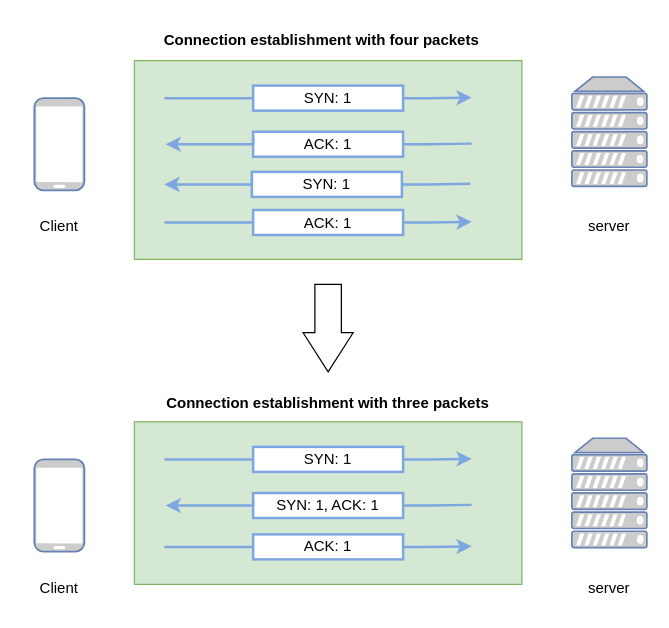
Earlier version of the draw.io diagram tcp-three-way-handshake.drawio (baoqger/drawing.io). Source tidied: cells renumbered, new cells numbered last; positions are measured from the earlier drawing's top-left corner, leaving out a move shared by most shapes. Both pictures are drawn from the tidied source at 125%, with x=0, y=0 at pixel (21, 21).
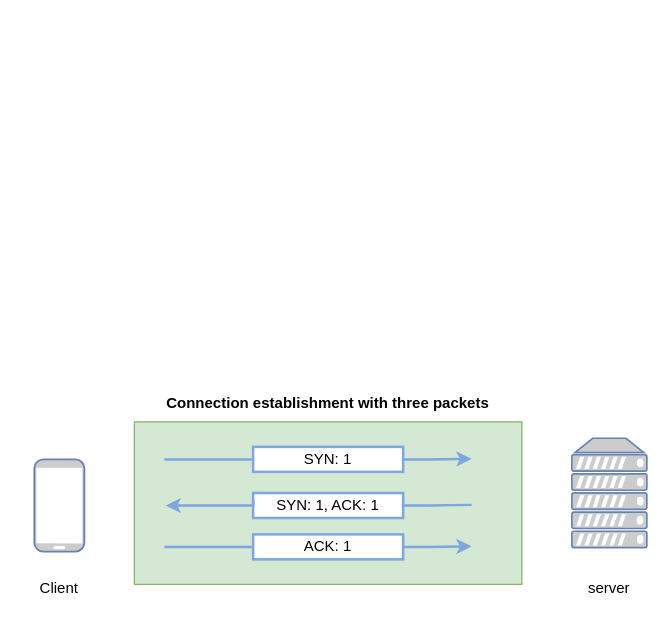
After the change.

Unchanged cells that the change refers to:
```xml
<mxCell id="29" value="SYN: 1, ACK: 1" style="rounded=0;whiteSpace=wrap;html=1;strokeColor=#7EA6E0;strokeWidth=2;" parent="1" vertex="1">
  <mxGeometry x="185" y="376.9" width="120" height="20" as="geometry" />
</mxCell>
```

What changed in the source:
```diff
@@
-    <mxCell id="2" style="fontColor=#0066CC;verticalAlign=top;verticalLabelPosition=bottom;labelPosition=center;align=center;html=1;fillColor=#CCCCCC;strokeColor=#6881B3;gradientColor=none;gradientDirection=north;strokeWidth=2;shape=mxgraph.networks.server;" parent="1" vertex="1">
-      <mxGeometry x="440" y="44.1" width="60" height="87.5" as="geometry" />
-    </mxCell>
-    <mxCell id="3" style="fontColor=#0066CC;verticalAlign=top;verticalLabelPosition=bottom;labelPosition=center;align=center;html=1;fillColor=#CCCCCC;strokeColor=#6881B3;gradientColor=none;gradientDirection=north;strokeWidth=2;shape=mxgraph.networks.mobile;" parent="1" vertex="1">
-      <mxGeometry x="10" y="61" width="40" height="73.8" as="geometry" />
-    </mxCell>
-    <mxCell id="4" value="Client" style="text;html=1;strokeColor=none;fillColor=none;align=center;verticalAlign=middle;whiteSpace=wrap;rounded=0;" parent="1" vertex="1">
-      <mxGeometry y="148.5" width="60" height="30" as="geometry" />
-    </mxCell>
-    <mxCell id="5" value="server" style="text;html=1;strokeColor=none;fillColor=none;align=center;verticalAlign=middle;whiteSpace=wrap;rounded=0;" parent="1" vertex="1">
-      <mxGeometry x="440" y="148.5" width="60" height="30" as="geometry" />
-    </mxCell>
-    <mxCell id="6" style="rounded=0;whiteSpace=wrap;html=1;strokeColor=#82b366;strokeWidth=1;fillColor=#d5e8d4;" parent="1" vertex="1">
-      <mxGeometry x="90" y="31" width="310" height="159" as="geometry" />
-    </mxCell>
-    <mxCell id="7" value="Connection establishment with four packets" style="text;html=1;strokeColor=none;fillColor=none;align=center;verticalAlign=middle;whiteSpace=wrap;rounded=0;fontStyle=1;" parent="1" vertex="1">
-      <mxGeometry x="90" width="300" height="30" as="geometry" />
-    </mxCell>
-    <mxCell id="8" value="SYN: 1" style="rounded=0;whiteSpace=wrap;html=1;strokeColor=#7EA6E0;strokeWidth=2;" parent="1" vertex="1">
-      <mxGeometry x="185" y="51" width="120" height="20" as="geometry" />
-    </mxCell>
-    <mxCell id="9" style="endArrow=classic;html=1;rounded=0;edgeStyle=orthogonalEdgeStyle;strokeColor=#7EA6E0;strokeWidth=2;" parent="1" edge="1">
-      <mxGeometry x="150" y="70" as="geometry">
-        <mxPoint x="304.8" y="61" as="sourcePoint" />
-        <mxPoint x="359.8" y="60.5" as="targetPoint" />
-        <Array as="points">
-          <mxPoint x="324.8" y="61" />
-          <mxPoint x="324.8" y="61" />
-        </Array>
-      </mxGeometry>
-    </mxCell>
-    <mxCell id="10" style="line;strokeWidth=2;html=1;labelBorderColor=#3399FF;strokeColor=#7EA6E0;" parent="1" vertex="1">
-      <mxGeometry x="114" y="56" width="70" height="10" as="geometry" />
-    </mxCell>
-    <mxCell id="11" value="ACK: 1" style="rounded=0;whiteSpace=wrap;html=1;strokeColor=#7EA6E0;strokeWidth=2;" parent="1" vertex="1">
-      <mxGeometry x="185" y="87.9" width="120" height="20" as="geometry" />
-    </mxCell>
-    <mxCell id="12" style="endArrow=none;html=1;rounded=0;edgeStyle=orthogonalEdgeStyle;strokeColor=#7EA6E0;strokeWidth=2;endFill=0;" parent="1" edge="1">
-      <mxGeometry x="150" y="70" as="geometry">
-        <mxPoint x="304.8" y="97.9" as="sourcePoint" />
-        <mxPoint x="359.8" y="97.4" as="targetPoint" />
-        <Array as="points">
-          <mxPoint x="324.8" y="97.9" />
-          <mxPoint x="324.8" y="97.9" />
-        </Array>
-      </mxGeometry>
-    </mxCell>
-    <mxCell id="13" style="endArrow=none;html=1;rounded=0;edgeStyle=orthogonalEdgeStyle;strokeColor=#7EA6E0;strokeWidth=2;startArrow=classic;startFill=1;endFill=0;entryX=0;entryY=0.25;entryDx=0;entryDy=0;" parent="1" edge="1" target="11">
-      <mxGeometry x="150" y="70" as="geometry">
-        <mxPoint x="115" y="97.9" as="sourcePoint" />
-        <Array as="points">
-          <mxPoint x="185" y="98" />
-        </Array>
-      </mxGeometry>
-    </mxCell>
-    <mxCell id="14" value="ACK: 1" style="rounded=0;whiteSpace=wrap;html=1;strokeColor=#7EA6E0;strokeWidth=2;" parent="1" vertex="1">
-      <mxGeometry x="185" y="150.5" width="120" height="20" as="geometry" />
-    </mxCell>
-    <mxCell id="15" style="endArrow=classic;html=1;rounded=0;edgeStyle=orthogonalEdgeStyle;strokeColor=#7EA6E0;strokeWidth=2;" parent="1" edge="1">
-      <mxGeometry x="150" y="99.5" as="geometry">
-        <mxPoint x="304.8" y="160.5" as="sourcePoint" />
-        <mxPoint x="359.8" y="160" as="targetPoint" />
-        <Array as="points">
-          <mxPoint x="324.8" y="160.5" />
-          <mxPoint x="324.8" y="160.5" />
-        </Array>
-      </mxGeometry>
-    </mxCell>
-    <mxCell id="16" style="line;strokeWidth=2;html=1;labelBorderColor=#3399FF;strokeColor=#7EA6E0;" parent="1" vertex="1">
-      <mxGeometry x="114" y="155.5" width="70" height="10" as="geometry" />
-    </mxCell>
-    <mxCell id="17" value="SYN: 1" style="rounded=0;whiteSpace=wrap;html=1;strokeColor=#7EA6E0;strokeWidth=2;" parent="1" vertex="1">
-      <mxGeometry x="184" y="120" width="120" height="20" as="geometry" />
-    </mxCell>
-    <mxCell id="18" style="endArrow=none;html=1;rounded=0;edgeStyle=orthogonalEdgeStyle;strokeColor=#7EA6E0;strokeWidth=2;endFill=0;" parent="1" edge="1">
-      <mxGeometry x="149" y="102.1" as="geometry">
-        <mxPoint x="303.8" y="130" as="sourcePoint" />
-        <mxPoint x="358.8" y="129.5" as="targetPoint" />
-        <Array as="points">
-          <mxPoint x="323.8" y="130" />
-          <mxPoint x="323.8" y="130" />
-        </Array>
-      </mxGeometry>
-    </mxCell>
-    <mxCell id="19" style="endArrow=none;html=1;rounded=0;edgeStyle=orthogonalEdgeStyle;strokeColor=#7EA6E0;strokeWidth=2;startArrow=classic;startFill=1;endFill=0;entryX=0;entryY=0.25;entryDx=0;entryDy=0;" parent="1" edge="1" target="17">
-      <mxGeometry x="149" y="102.1" as="geometry">
-        <mxPoint x="114" y="130" as="sourcePoint" />
-        <Array as="points">
-          <mxPoint x="184" y="130.1" />
-        </Array>
-      </mxGeometry>
-    </mxCell>
@@
     <mxCell id="27" style="endArrow=classic;html=1;rounded=0;edgeStyle=orthogonalEdgeStyle;strokeColor=#7EA6E0;strokeWidth=2;" parent="1" edge="1">
-      <mxGeometry x="150" y="359" as="geometry">
+      <mxGeometry x="130" y="119" as="geometry">
         <mxPoint x="304.8" y="350" as="sourcePoint" />
         <mxPoint x="359.8" y="349.5" as="targetPoint" />
         <Array as="points">
           <mxPoint x="324.8" y="350" />
           <mxPoint x="324.8" y="350" />
         </Array>
       </mxGeometry>
     </mxCell>
@@
     <mxCell id="30" style="endArrow=none;html=1;rounded=0;edgeStyle=orthogonalEdgeStyle;strokeColor=#7EA6E0;strokeWidth=2;endFill=0;" parent="1" edge="1">
-      <mxGeometry x="150" y="359" as="geometry">
+      <mxGeometry x="130" y="119" as="geometry">
         <mxPoint x="304.8" y="386.9" as="sourcePoint" />
         <mxPoint x="359.8" y="386.4" as="targetPoint" />
         <Array as="points">
           <mxPoint x="324.8" y="386.9" />
           <mxPoint x="324.8" y="386.9" />
         </Array>
       </mxGeometry>
     </mxCell>
     <mxCell id="31" style="endArrow=none;html=1;rounded=0;edgeStyle=orthogonalEdgeStyle;strokeColor=#7EA6E0;strokeWidth=2;startArrow=classic;startFill=1;endFill=0;entryX=0;entryY=0.25;entryDx=0;entryDy=0;" parent="1" edge="1" target="29">
-      <mxGeometry x="150" y="359" as="geometry">
+      <mxGeometry x="130" y="119" as="geometry">
         <mxPoint x="115" y="386.9" as="sourcePoint" />
         <Array as="points">
           <mxPoint x="185" y="387" />
         </Array>
       </mxGeometry>
     </mxCell>
@@
     <mxCell id="33" style="endArrow=classic;html=1;rounded=0;edgeStyle=orthogonalEdgeStyle;strokeColor=#7EA6E0;strokeWidth=2;" parent="1" edge="1">
-      <mxGeometry x="150" y="359" as="geometry">
+      <mxGeometry x="130" y="119" as="geometry">
         <mxPoint x="304.8" y="420" as="sourcePoint" />
         <mxPoint x="359.8" y="419.5" as="targetPoint" />
         <Array as="points">
           <mxPoint x="324.8" y="420" />
           <mxPoint x="324.8" y="420" />
         </Array>
       </mxGeometry>
     </mxCell>
@@
-    <mxCell id="35" style="html=1;shadow=0;dashed=0;align=center;verticalAlign=middle;shape=mxgraph.arrows2.arrow;dy=0.47;dx=31.33;direction=south;notch=0;" parent="1" vertex="1">
-      <mxGeometry x="225" y="210" width="40" height="70" as="geometry" />
-    </mxCell>
```
